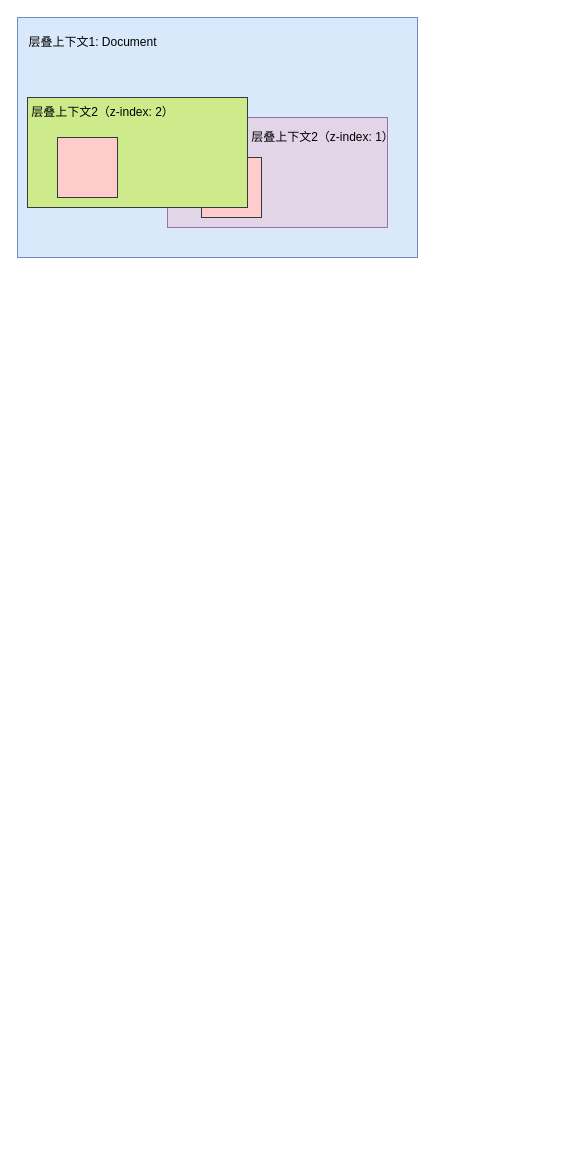
Earlier version of the draw.io diagram page "层叠上下文" (6 of 6) of 未命名绘图.drawio (Smallnuo/Smallnuo.github.io). Source tidied: cells renumbered, new cells numbered last; positions are measured from the earlier drawing's top-left corner, leaving out a move shared by most shapes. Both pictures are drawn from the tidied source at 100%, with x=0, y=0 at pixel (17, 17).
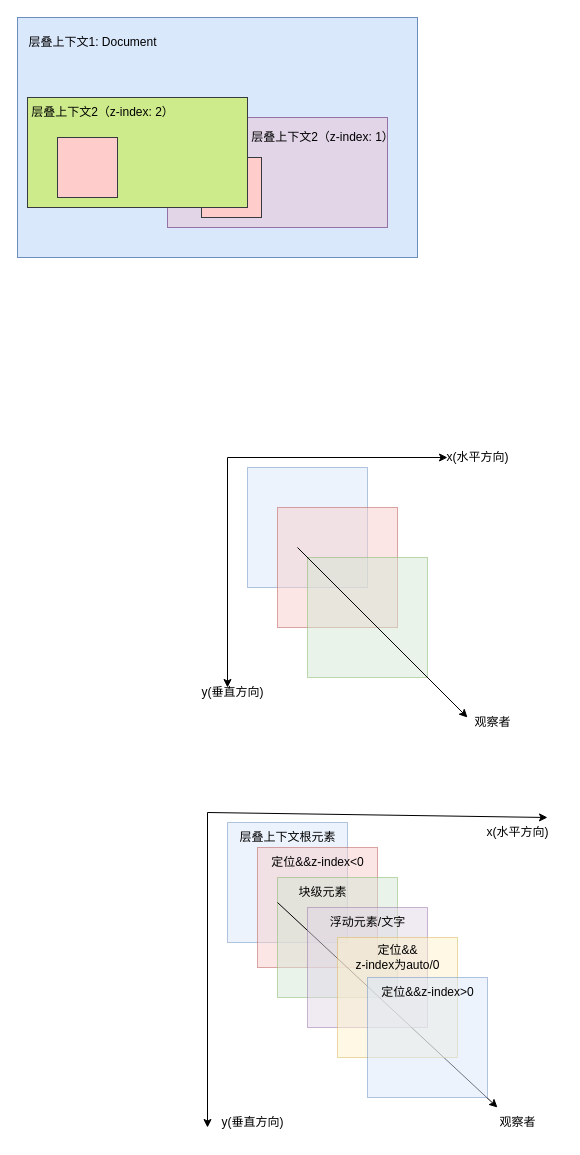
Above is the later version.

Change to the diagram source:
```diff
@@
+    <mxCell id="12" style="whiteSpace=wrap;html=1;fillColor=#dae8fc;strokeColor=#6c8ebf;opacity=50;" parent="1" vertex="1">
+      <mxGeometry x="230" y="450" width="120" height="120" as="geometry" />
+    </mxCell>
+    <mxCell id="13" style="whiteSpace=wrap;html=1;fillColor=#f8cecc;strokeColor=#b85450;opacity=50;" parent="1" vertex="1">
+      <mxGeometry x="260" y="490" width="120" height="120" as="geometry" />
+    </mxCell>
+    <mxCell id="14" style="whiteSpace=wrap;html=1;fillColor=#d5e8d4;strokeColor=#82b366;opacity=50;" parent="1" vertex="1">
+      <mxGeometry x="290" y="540" width="120" height="120" as="geometry" />
+    </mxCell>
+    <mxCell id="15" style="endArrow=classic;html=1;rounded=0;" parent="1" edge="1">
+      <mxGeometry relative="1" as="geometry">
+        <mxPoint x="210" y="440" as="sourcePoint" />
+        <mxPoint x="430" y="440" as="targetPoint" />
+      </mxGeometry>
+    </mxCell>
+    <mxCell id="16" style="endArrow=classic;html=1;rounded=0;" parent="1" edge="1">
+      <mxGeometry relative="1" as="geometry">
+        <mxPoint x="210" y="440" as="sourcePoint" />
+        <mxPoint x="210" y="670" as="targetPoint" />
+      </mxGeometry>
+    </mxCell>
+    <mxCell id="17" style="endArrow=classic;html=1;rounded=0;" parent="1" edge="1">
+      <mxGeometry relative="1" as="geometry">
+        <mxPoint x="280" y="530" as="sourcePoint" />
+        <mxPoint x="450" y="700" as="targetPoint" />
+      </mxGeometry>
+    </mxCell>
+    <mxCell id="18" value="x(水平方向)" style="text;html=1;align=center;verticalAlign=middle;strokeColor=none;fillColor=none;" parent="1" vertex="1">
+      <mxGeometry x="415" y="425" width="90" height="30" as="geometry" />
+    </mxCell>
+    <mxCell id="19" value="y(垂直方向)" style="text;html=1;align=center;verticalAlign=middle;strokeColor=none;fillColor=none;" parent="1" vertex="1">
+      <mxGeometry x="170" y="660" width="90" height="30" as="geometry" />
+    </mxCell>
+    <mxCell id="20" value="观察者" style="text;html=1;align=center;verticalAlign=middle;strokeColor=none;fillColor=none;" parent="1" vertex="1">
+      <mxGeometry x="445" y="690" width="60" height="30" as="geometry" />
+    </mxCell>
+    <mxCell id="21" style="whiteSpace=wrap;html=1;fillColor=#dae8fc;strokeColor=#6c8ebf;opacity=50;" parent="1" vertex="1">
+      <mxGeometry x="210" y="805" width="120" height="120" as="geometry" />
+    </mxCell>
+    <mxCell id="22" style="whiteSpace=wrap;html=1;fillColor=#f8cecc;strokeColor=#b85450;opacity=50;" parent="1" vertex="1">
+      <mxGeometry x="240" y="830" width="120" height="120" as="geometry" />
+    </mxCell>
+    <mxCell id="23" style="whiteSpace=wrap;html=1;fillColor=#d5e8d4;strokeColor=#82b366;opacity=50;" parent="1" vertex="1">
+      <mxGeometry x="260" y="860" width="120" height="120" as="geometry" />
+    </mxCell>
+    <mxCell id="24" style="endArrow=classic;html=1;rounded=0;" parent="1" edge="1">
+      <mxGeometry relative="1" as="geometry">
+        <mxPoint x="190" y="795" as="sourcePoint" />
+        <mxPoint x="530" y="800" as="targetPoint" />
+      </mxGeometry>
+    </mxCell>
+    <mxCell id="25" style="endArrow=classic;html=1;rounded=0;" parent="1" edge="1">
+      <mxGeometry relative="1" as="geometry">
+        <mxPoint x="190" y="795" as="sourcePoint" />
+        <mxPoint x="190" y="1110" as="targetPoint" />
+      </mxGeometry>
+    </mxCell>
+    <mxCell id="26" style="endArrow=classic;html=1;rounded=0;" parent="1" edge="1">
+      <mxGeometry relative="1" as="geometry">
+        <mxPoint x="260" y="885" as="sourcePoint" />
+        <mxPoint x="480" y="1090" as="targetPoint" />
+      </mxGeometry>
+    </mxCell>
+    <mxCell id="27" value="x(水平方向)" style="text;html=1;align=center;verticalAlign=middle;strokeColor=none;fillColor=none;" parent="1" vertex="1">
+      <mxGeometry x="455" y="800" width="90" height="30" as="geometry" />
+    </mxCell>
+    <mxCell id="28" value="y(垂直方向)" style="text;html=1;align=center;verticalAlign=middle;strokeColor=none;fillColor=none;" parent="1" vertex="1">
+      <mxGeometry x="190" y="1090" width="90" height="30" as="geometry" />
+    </mxCell>
+    <mxCell id="29" value="观察者" style="text;html=1;align=center;verticalAlign=middle;strokeColor=none;fillColor=none;" parent="1" vertex="1">
+      <mxGeometry x="470" y="1090" width="60" height="30" as="geometry" />
+    </mxCell>
+    <mxCell id="30" value="层叠上下文根元素" style="text;html=1;align=center;verticalAlign=middle;strokeColor=none;fillColor=none;" parent="1" vertex="1">
+      <mxGeometry x="210" y="805" width="120" height="30" as="geometry" />
+    </mxCell>
+    <mxCell id="31" value="定位&amp;amp;&amp;amp;z-index&amp;lt;0" style="text;html=1;align=center;verticalAlign=middle;strokeColor=none;fillColor=none;" parent="1" vertex="1">
+      <mxGeometry x="240" y="830" width="120" height="30" as="geometry" />
+    </mxCell>
+    <mxCell id="32" style="whiteSpace=wrap;html=1;fillColor=#e1d5e7;strokeColor=#9673a6;opacity=50;" parent="1" vertex="1">
+      <mxGeometry x="290" y="890" width="120" height="120" as="geometry" />
+    </mxCell>
+    <mxCell id="33" value="块级元素" style="text;html=1;align=center;verticalAlign=middle;strokeColor=none;fillColor=none;" parent="1" vertex="1">
+      <mxGeometry x="270" y="860" width="70" height="30" as="geometry" />
+    </mxCell>
+    <mxCell id="34" value="浮动元素/文字" style="text;html=1;align=center;verticalAlign=middle;strokeColor=none;fillColor=none;" parent="1" vertex="1">
+      <mxGeometry x="300" y="890" width="100" height="30" as="geometry" />
+    </mxCell>
+    <mxCell id="35" style="whiteSpace=wrap;html=1;fillColor=#fff2cc;strokeColor=#d6b656;opacity=50;" parent="1" vertex="1">
+      <mxGeometry x="320" y="920" width="120" height="120" as="geometry" />
+    </mxCell>
+    <mxCell id="36" value="定位&amp;amp;&amp;amp;&lt;br&gt;z-index为auto/0" style="text;html=1;align=center;verticalAlign=middle;strokeColor=none;fillColor=none;" parent="1" vertex="1">
+      <mxGeometry x="325" y="920" width="110" height="40" as="geometry" />
+    </mxCell>
+    <mxCell id="37" style="whiteSpace=wrap;html=1;fillColor=#dae8fc;strokeColor=#6c8ebf;opacity=50;" parent="1" vertex="1">
+      <mxGeometry x="350" y="960" width="120" height="120" as="geometry" />
+    </mxCell>
+    <mxCell id="38" value="定位&amp;amp;&amp;amp;z-index&amp;gt;0" style="text;html=1;align=center;verticalAlign=middle;strokeColor=none;fillColor=none;" parent="1" vertex="1">
+      <mxGeometry x="350" y="960" width="120" height="30" as="geometry" />
+    </mxCell>
```
